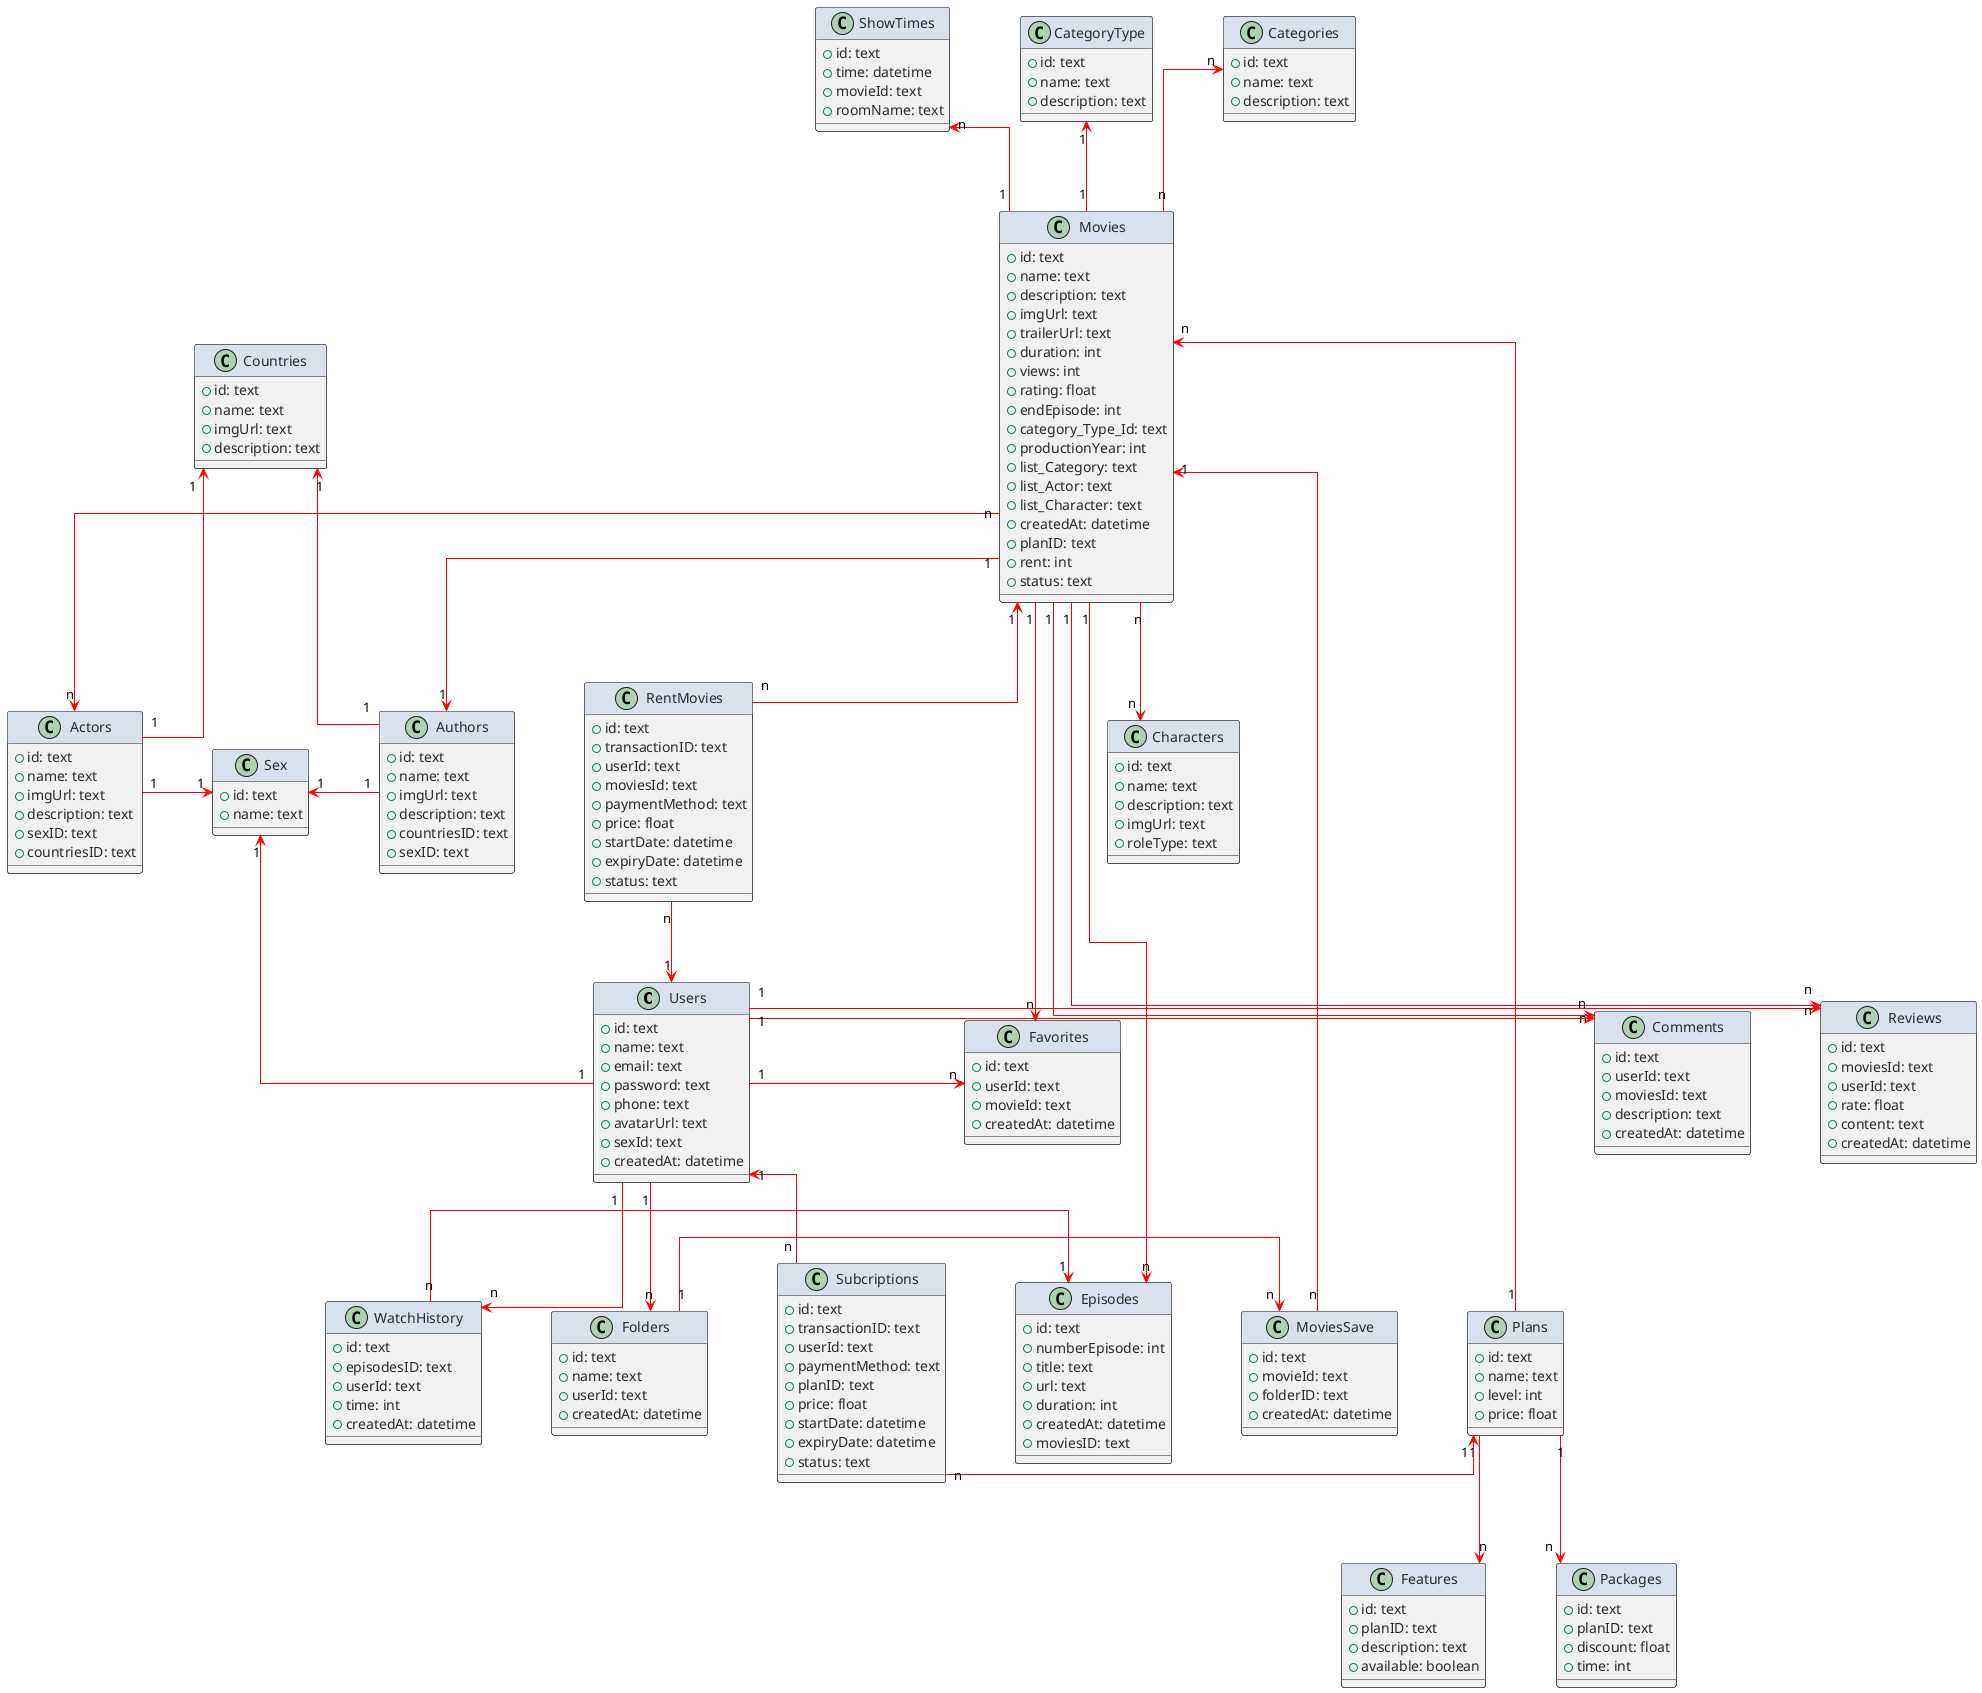
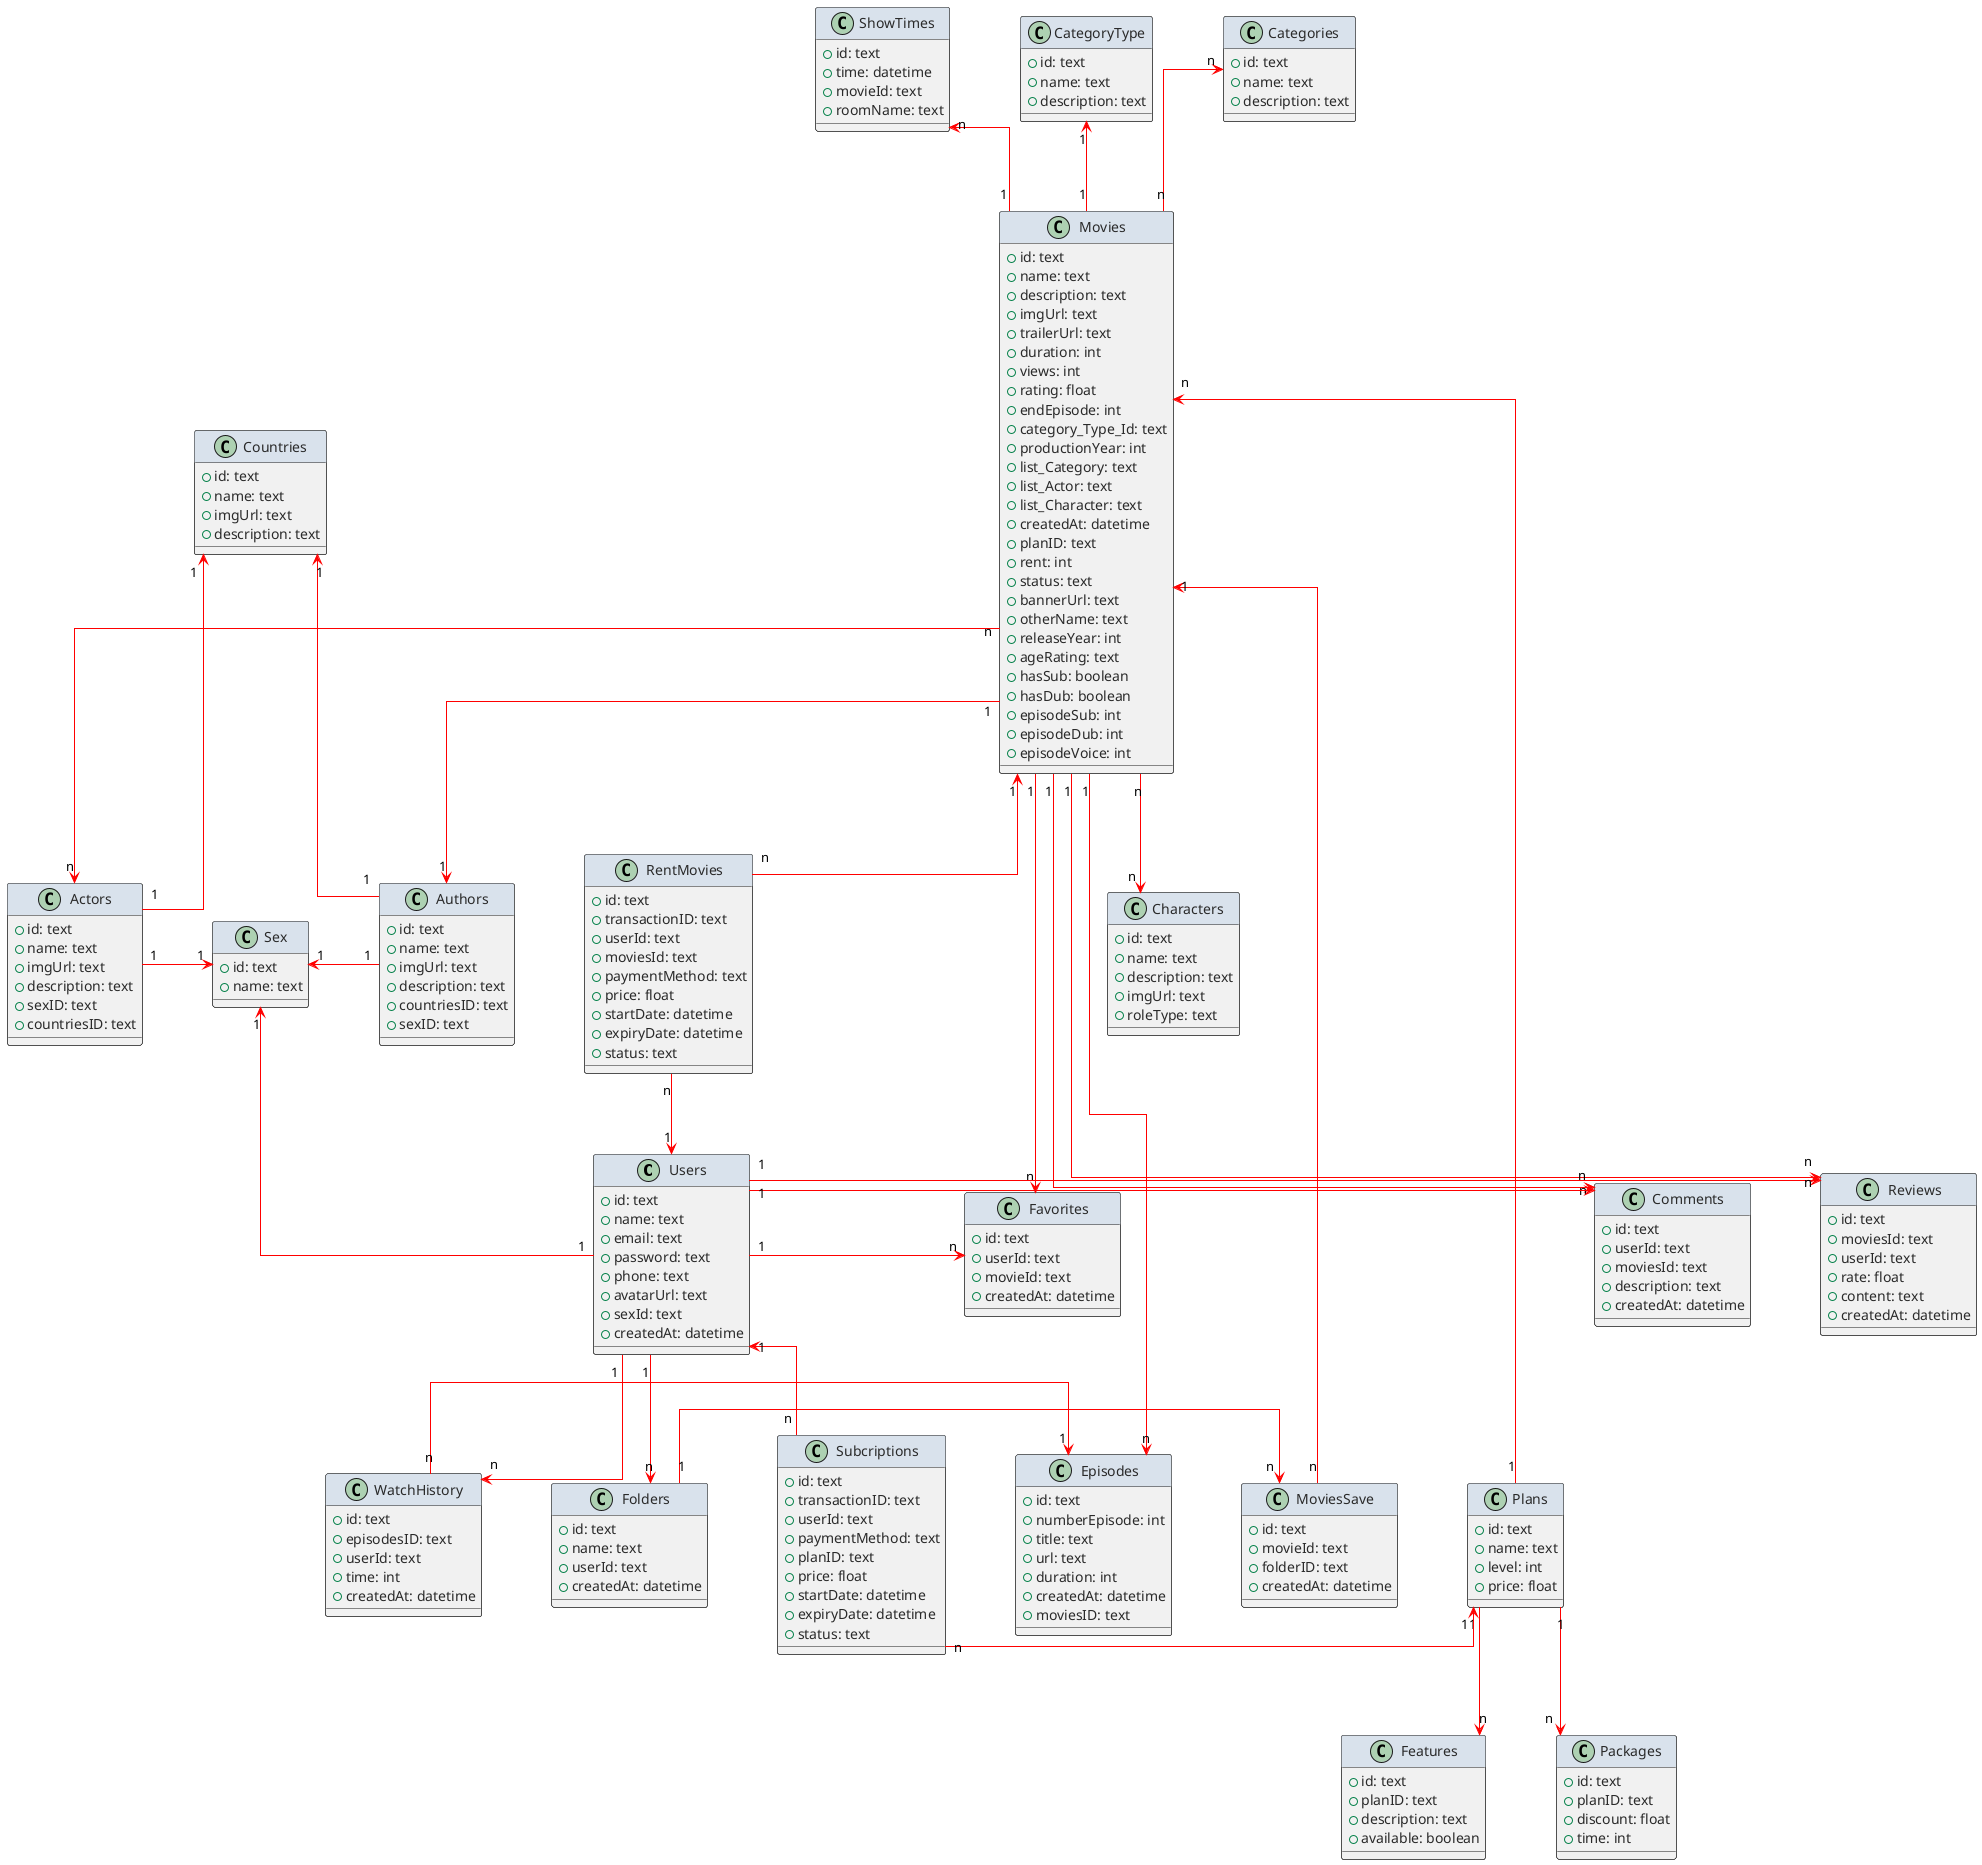
@startuml


skinparam class {
    FontColor #1A1A1A
    AttributeFontColor #2A2A2A
    AttributeIconSize 12
    HeaderBackgroundColor #D9E2EC
}
skinparam arrowColor #ff0000
skinparam nodesep 70
skinparam ranksep 80
skinparam linetype ortho

class Users {
    + id: text
    + name: text
    + email: text
    + password: text
    + phone: text
    + avatarUrl: text
    + sexId: text
    + createdAt: datetime
}

class Favorites {
    + id: text
    + userId: text
    + movieId: text
    + createdAt: datetime
}

class Folders {
    + id: text
    + name: text
    + userId: text
    + createdAt: datetime
}

class MoviesSave {
    + id: text
    + movieId: text
    + folderID: text
    + createdAt: datetime
}

class WatchHistory {
    + id: text
    + episodesID: text
    + userId: text
    + time: int
    + createdAt: datetime
}

class Movies {
    + id: text
    + name: text
    + description: text
    + imgUrl: text
    + trailerUrl: text
    + duration: int
    + views: int
    + rating: float
    + endEpisode: int
    + category_Type_Id: text
    + productionYear: int
    + list_Category: text
    + list_Actor: text
    + list_Character: text
    + createdAt: datetime
    + planID: text
    + rent: int
    + status: text
+     + bannerUrl: text
+     + otherName: text
+     + releaseYear: int
+     + ageRating: text
+     + hasSub: boolean
+     + hasDub: boolean
+     + episodeSub: int
+     + episodeDub: int
+     + episodeVoice: int
}

class Episodes {
    + id: text
    + numberEpisode: int
    + title: text
    + url: text
    + duration: int
    + createdAt: datetime
    + moviesID: text
}

class ShowTimes {
    + id: text
    + time: datetime
    + movieId: text
    + roomName: text
}

class Categories {
    + id: text
    + name: text
    + description: text
}

class CategoryType {
    + id: text
    + name: text
    + description: text
}

class Actors {
    + id: text
    + name: text
    + imgUrl: text
    + description: text
    + sexID: text
    + countriesID: text
}

class Authors {
    + id: text
    + name: text
    + imgUrl: text
    + description: text
    + countriesID: text
    + sexID: text
}

class Characters {
    + id: text
    + name: text
    + description: text
    + imgUrl: text
    + roleType: text
}

class Reviews {
    + id: text
    + moviesId: text
    + userId: text
    + rate: float
    + content: text
    + createdAt: datetime
}

class Comments {
    + id: text
    + userId: text
    + moviesId: text
    + description: text
    + createdAt: datetime
}

class RentMovies {
    + id: text
    + transactionID: text
    + userId: text
    + moviesId: text
    + paymentMethod: text
    + price: float
    + startDate: datetime
    + expiryDate: datetime
    + status: text
}

class Subcriptions {
    + id: text
    + transactionID: text
    + userId: text
    + paymentMethod: text
    + planID: text
    + price: float
    + startDate: datetime
    + expiryDate: datetime
    + status: text
}

class Plans {
    + id: text
    + name: text
    + level: int
    + price: float
}

class Features {
    + id: text
    + planID: text
    + description: text
    + available: boolean
}

class Packages {
    + id: text
    + planID: text
    + discount: float
    + time: int
}

class Countries {
    + id: text
    + name: text
    + imgUrl: text
    + description: text
}

class Sex {
    + id: text
    + name: text
}

Movies "1" -down-> "n" Favorites
Movies "n" -down-> "n" Actors
Movies "1" -down-> "1" Authors
Movies "1" -right-> "n" Episodes
Movies "n" -down-> "n" Characters
Movies "n" -up-> "n" Categories
Movies "1" -left-> "n" Reviews
Movies "1" -left-> "n" Comments
Movies "1" -up-> "1" CategoryType
Movies "1" -up-> "n" ShowTimes

Actors "1" -right-> "1" Sex
Authors "1" -left-> "1" Sex
Users "1" -up-> "1" Sex
Actors "1" -up-> "1" Countries
Authors "1" -up-> "1" Countries

Users "1" -right-> "n" Favorites
Users "1" -right-> "n" Comments
Users "1" -right-> "n" Reviews
Users "1" -down-> "n" Folders
Users "1" -down-> "n" WatchHistory

Folders "1" -right-> "n" MoviesSave
WatchHistory "n" -right-> "1" Episodes

Plans "1" -down-> "n" Features
Plans "1" -down-> "n" Packages
Plans "1" -left-> "n" Movies

RentMovies "n" -down-> "1" Users
RentMovies "n" -up-> "1" Movies

Subcriptions "n" -up-> "1" Users
Subcriptions "n" -right-> "1" Plans

MoviesSave "n" -up-> "1" Movies

@enduml